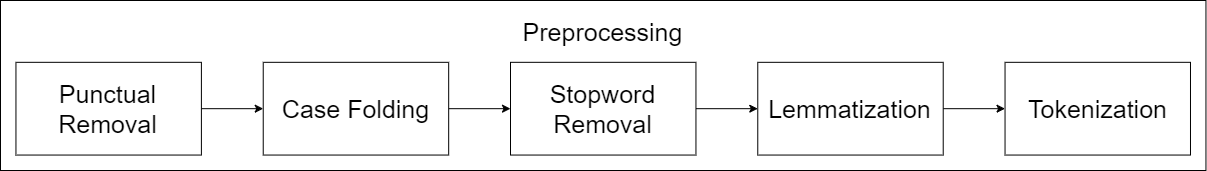
Above: preprocessing.png in erlanggadewa/Sentiment-Analysis-Review-Steam (draw.io), before the change. Source tidied: cells renumbered, new cells last; positions are measured from the earlier drawing's top-left corner, leaving out a move shared by most shapes.
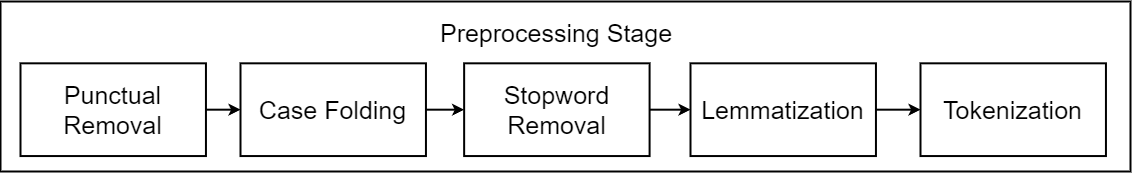
Later version of the same file.

Commit message:
update preprocessing and Diagram Blok Proses images

Diff of the diagram source:
```diff
@@ -2,41 +2,38 @@
   <root>
     <mxCell id="0" />
     <mxCell id="1" parent="0" />
-    <mxCell id="2" style="group;fontSize=25;" parent="1" vertex="1">
-      <mxGeometry width="1205.5" height="170" as="geometry" />
-    </mxCell>
-    <mxCell id="3" style="rounded=0;whiteSpace=wrap;html=1;fontSize=25;" parent="2" vertex="1">
-      <mxGeometry width="1205.5" height="170" as="geometry" />
+    <mxCell id="3" style="rounded=0;whiteSpace=wrap;html=1;fontSize=25;strokeWidth=2;" parent="1" vertex="1">
+      <mxGeometry width="1130" height="170" as="geometry" />
     </mxCell>
-    <mxCell id="4" style="edgeStyle=none;html=1;entryX=0;entryY=0.5;entryDx=0;entryDy=0;fontSize=25;" parent="2" edge="1" source="5" target="7">
+    <mxCell id="4" style="edgeStyle=none;html=1;entryX=0;entryY=0.5;entryDx=0;entryDy=0;fontSize=25;strokeWidth=2;" parent="1" edge="1" source="5" target="7">
       <mxGeometry relative="1" as="geometry" />
     </mxCell>
-    <mxCell id="5" value="Punctual Removal" style="rounded=0;whiteSpace=wrap;html=1;fontSize=25;" parent="2" vertex="1">
-      <mxGeometry x="15.5" y="61.8" width="185.5" height="92.7" as="geometry" />
+    <mxCell id="5" value="Punctual Removal" style="rounded=0;whiteSpace=wrap;html=1;fontSize=25;strokeWidth=2;" parent="1" vertex="1">
+      <mxGeometry x="20" y="61.8" width="185.5" height="92.7" as="geometry" />
     </mxCell>
-    <mxCell id="6" style="edgeStyle=none;html=1;entryX=0;entryY=0.5;entryDx=0;entryDy=0;fontSize=25;" parent="2" edge="1" source="7" target="9">
+    <mxCell id="6" style="edgeStyle=none;html=1;entryX=0;entryY=0.5;entryDx=0;entryDy=0;fontSize=25;strokeWidth=2;" parent="1" edge="1" source="7" target="9">
       <mxGeometry relative="1" as="geometry" />
     </mxCell>
-    <mxCell id="7" value="&lt;span style=&quot;color: rgb(0, 0, 0);&quot;&gt;Case Folding&lt;/span&gt;" style="rounded=0;whiteSpace=wrap;html=1;fontSize=25;" parent="2" vertex="1">
-      <mxGeometry x="262.7" y="61.8" width="185.5" height="92.7" as="geometry" />
+    <mxCell id="7" value="&lt;span style=&quot;color: rgb(0, 0, 0);&quot;&gt;Case Folding&lt;/span&gt;" style="rounded=0;whiteSpace=wrap;html=1;fontSize=25;strokeWidth=2;" parent="1" vertex="1">
+      <mxGeometry x="240" y="61.8" width="185.5" height="92.7" as="geometry" />
     </mxCell>
-    <mxCell id="8" style="edgeStyle=none;html=1;entryX=0;entryY=0.5;entryDx=0;entryDy=0;fontSize=25;" parent="2" edge="1" source="9" target="11">
+    <mxCell id="8" style="edgeStyle=none;html=1;entryX=0;entryY=0.5;entryDx=0;entryDy=0;fontSize=25;strokeWidth=2;" parent="1" edge="1" source="9" target="11">
       <mxGeometry relative="1" as="geometry" />
     </mxCell>
-    <mxCell id="9" value="Stopword Removal" style="rounded=0;whiteSpace=wrap;html=1;fontSize=25;" parent="2" vertex="1">
-      <mxGeometry x="510" y="61.8" width="185.5" height="92.7" as="geometry" />
+    <mxCell id="9" value="Stopword Removal" style="rounded=0;whiteSpace=wrap;html=1;fontSize=25;strokeWidth=2;" parent="1" vertex="1">
+      <mxGeometry x="463.6" y="61.8" width="185.5" height="92.7" as="geometry" />
     </mxCell>
-    <mxCell id="10" style="edgeStyle=none;html=1;entryX=0;entryY=0.5;entryDx=0;entryDy=0;fontSize=25;" parent="2" edge="1" source="11" target="12">
+    <mxCell id="10" style="edgeStyle=none;html=1;entryX=0;entryY=0.5;entryDx=0;entryDy=0;fontSize=25;strokeWidth=2;" parent="1" edge="1" source="11" target="12">
       <mxGeometry relative="1" as="geometry" />
     </mxCell>
-    <mxCell id="11" value="Lemmatization" style="rounded=0;whiteSpace=wrap;html=1;fontSize=25;" parent="2" vertex="1">
-      <mxGeometry x="757.3" y="61.8" width="185.5" height="92.7" as="geometry" />
+    <mxCell id="11" value="Lemmatization" style="rounded=0;whiteSpace=wrap;html=1;fontSize=25;strokeWidth=2;" parent="1" vertex="1">
+      <mxGeometry x="690" y="61.8" width="185.5" height="92.7" as="geometry" />
     </mxCell>
-    <mxCell id="12" value="Tokenization" style="rounded=0;whiteSpace=wrap;html=1;fontSize=25;" parent="2" vertex="1">
-      <mxGeometry x="1004.5" y="61.8" width="185.5" height="92.7" as="geometry" />
+    <mxCell id="12" value="Tokenization" style="rounded=0;whiteSpace=wrap;html=1;fontSize=25;strokeWidth=2;" parent="1" vertex="1">
+      <mxGeometry x="920" y="61.8" width="185.5" height="92.7" as="geometry" />
     </mxCell>
-    <mxCell id="13" value="Preprocessing" style="text;html=1;align=center;verticalAlign=middle;whiteSpace=wrap;rounded=0;fontSize=25;" parent="2" vertex="1">
-      <mxGeometry x="556.4" y="7.7" width="92.7" height="46.4" as="geometry" />
+    <mxCell id="13" value="Preprocessing Stage" style="text;html=1;align=center;verticalAlign=middle;whiteSpace=wrap;rounded=0;fontSize=25;strokeWidth=2;" parent="1" vertex="1">
+      <mxGeometry x="406.4" y="7.7" width="300" height="46.4" as="geometry" />
     </mxCell>
   </root>
 </mxGraphModel>
```
